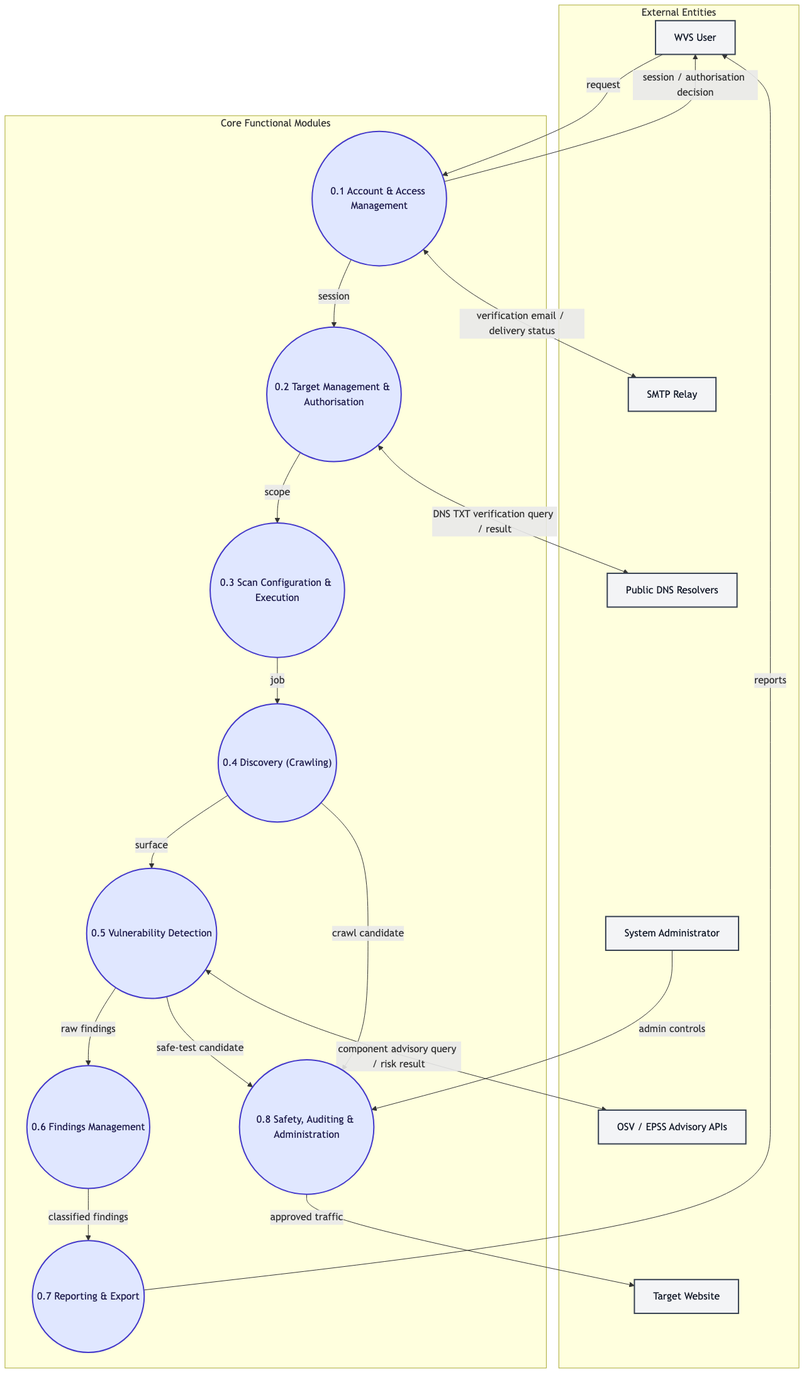
The Mermaid diagram docs/mermaid/png/level-1.png in ksacheth/software-engineering, before a commit. Its source is kept beside it as docs/mermaid/level-1.mmd.
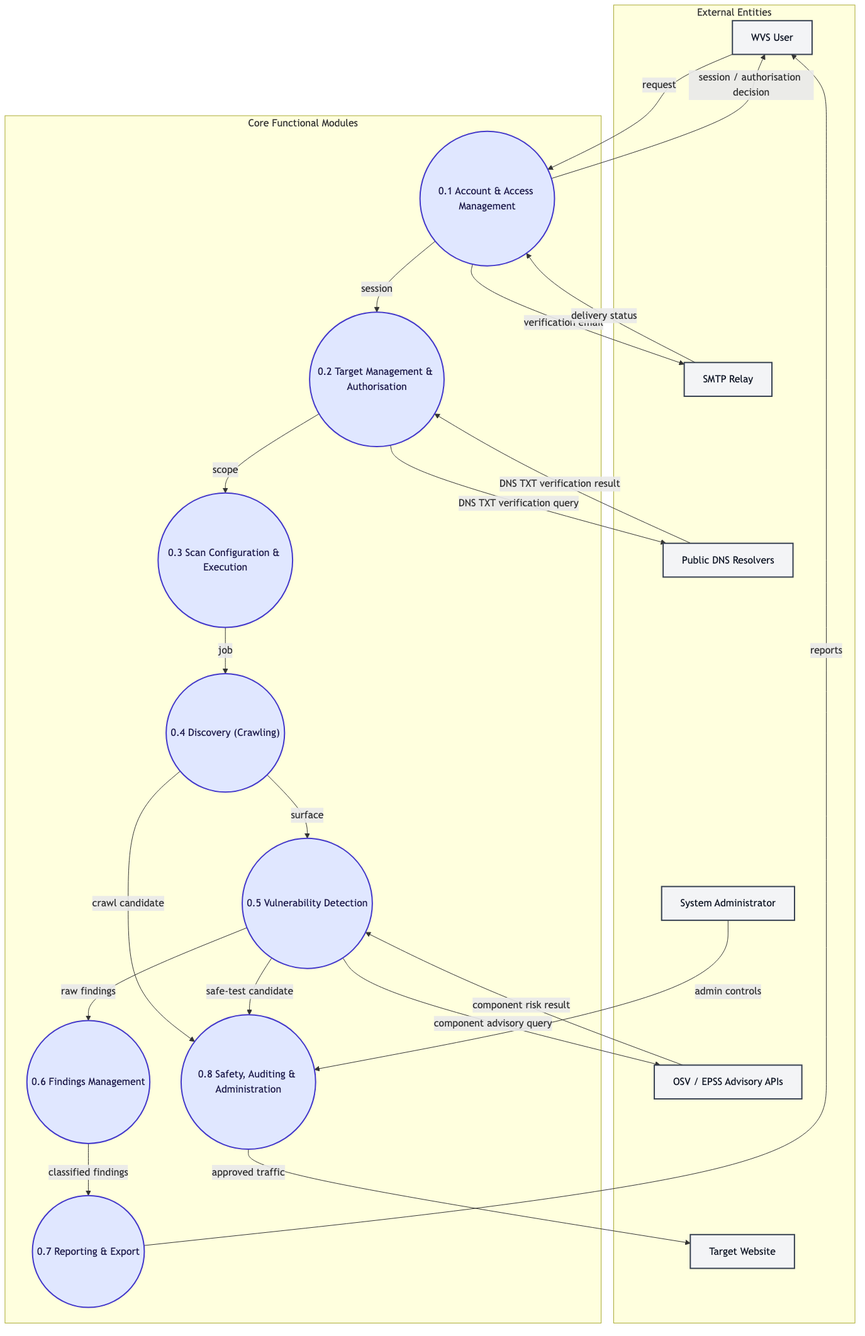
After the change.

Diff of the diagram source:
```diff
@@ -35,9 +35,12 @@
     Admin -->|"admin controls"| P08
     P08 -->|"approved traffic"| Target
 
-    P02 <-->|"DNS TXT verification query / result"| DNS
-    P01 <-->|"verification email / delivery status"| SMTP
-    P05 <-->|"component advisory query / risk result"| OSV
+    P02 -->|"DNS TXT verification query"| DNS
+    DNS -->|"DNS TXT verification result"| P02
+    P01 -->|"verification email"| SMTP
+    SMTP -->|"delivery status"| P01
+    P05 -->|"component advisory query"| OSV
+    OSV -->|"component risk result"| P05
 
     classDef process fill:#e0e7ff,stroke:#4338ca,stroke-width:2px,color:#1e1b4b;
     classDef entity fill:#f3f4f6,stroke:#374151,stroke-width:2px,color:#111827;
```
